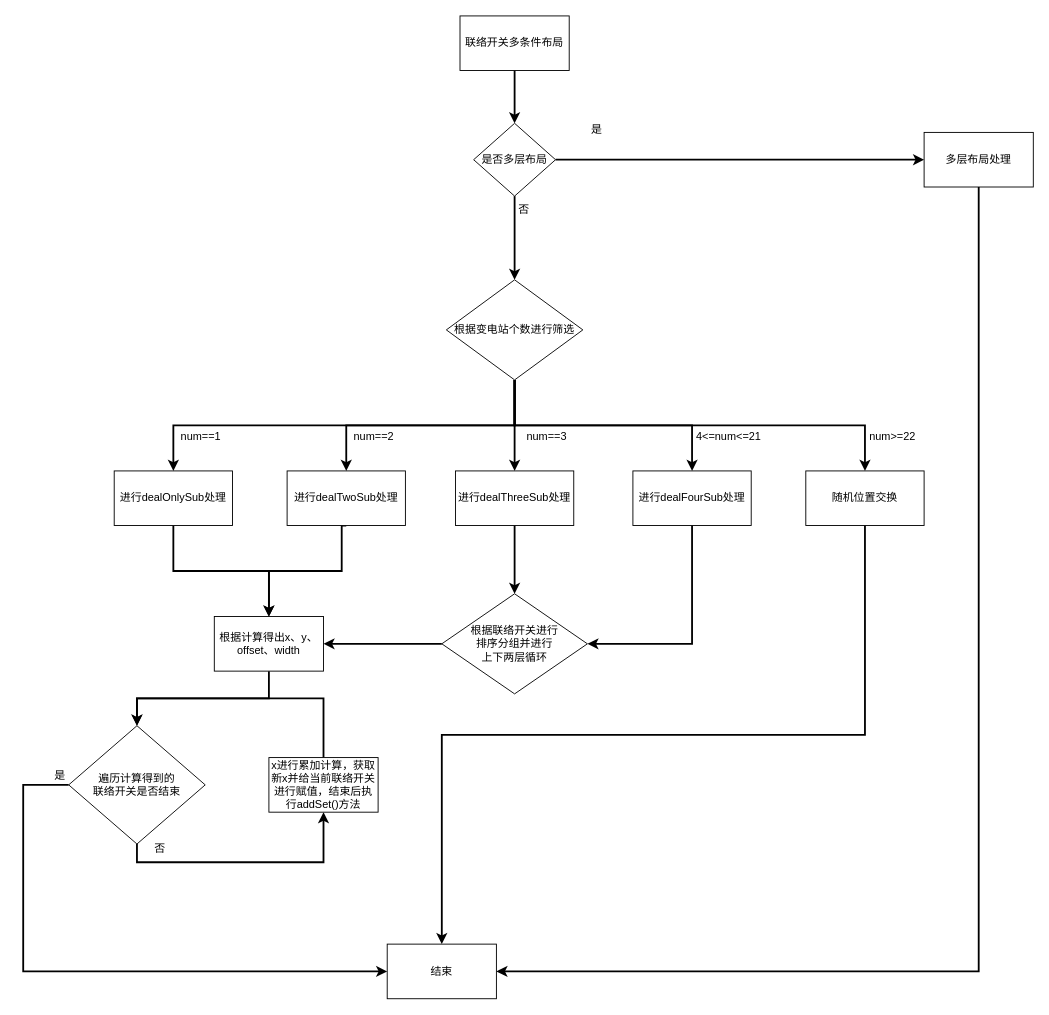
Earlier version of the draw.io diagram 联络开关.drawio (MXakon/Rocket.Chat). Source tidied: cells renumbered, new cells numbered last; positions are measured from the earlier drawing's top-left corner, leaving out a move shared by most shapes. Both pictures are drawn from the tidied source at 91%, with x=0, y=0 at pixel (23, 15).
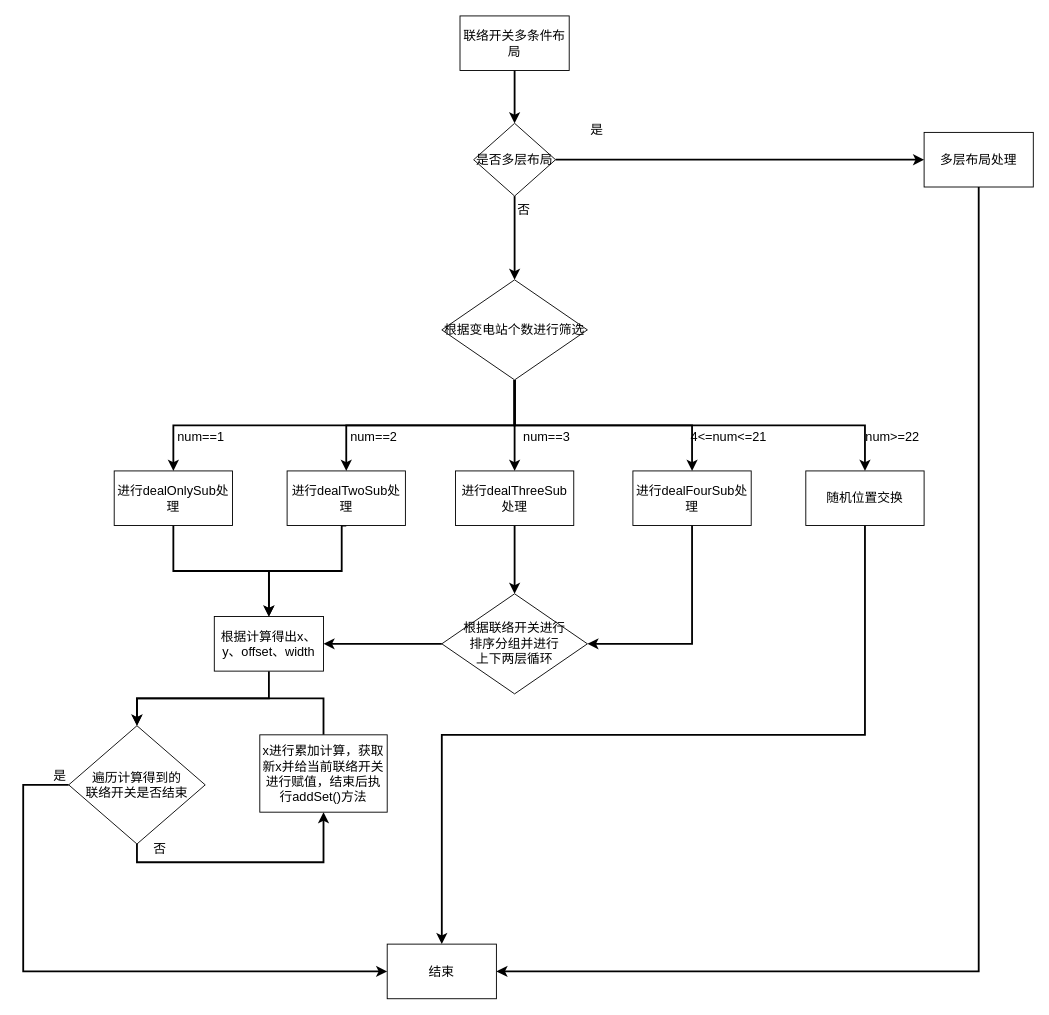
The same page after the edit.

Commit message:
更新联络开关.drawio

Diff of the diagram source:
```diff
@@
-    <mxCell id="2" style="edgeStyle=orthogonalEdgeStyle;rounded=0;jettySize=auto;html=1;exitX=0.5;exitY=1;exitDx=0;exitDy=0;entryX=0.5;entryY=0;entryDx=0;entryDy=0;strokeWidth=2;" parent="1" edge="1" source="3" target="6">
+    <mxCell id="2" style="edgeStyle=orthogonalEdgeStyle;rounded=0;jettySize=auto;html=1;exitX=0.5;exitY=1;exitDx=0;exitDy=0;entryX=0.5;entryY=0;entryDx=0;entryDy=0;strokeWidth=2;fontSize=14;" parent="1" edge="1" source="3" target="6">
       <mxGeometry relative="1" as="geometry">
         <Array as="points">
           <mxPoint x="540" y="80" />
           <mxPoint x="540" y="80" />
         </Array>
       </mxGeometry>
     </mxCell>
-    <mxCell id="3" value="联络开关多条件布局" style="rounded=0;whiteSpace=wrap;html=1;" parent="1" vertex="1">
+    <mxCell id="3" value="联络开关多条件布局" style="rounded=0;whiteSpace=wrap;html=1;fontSize=14;" parent="1" vertex="1">
       <mxGeometry x="480" width="120" height="60" as="geometry" />
     </mxCell>
-    <mxCell id="4" style="edgeStyle=orthogonalEdgeStyle;rounded=0;jettySize=auto;html=1;strokeWidth=2;" parent="1" edge="1" source="6">
+    <mxCell id="4" style="edgeStyle=orthogonalEdgeStyle;rounded=0;jettySize=auto;html=1;strokeWidth=2;fontSize=14;" parent="1" edge="1" source="6">
       <mxGeometry relative="1" as="geometry">
         <mxPoint x="540" y="290" as="targetPoint" />
       </mxGeometry>
     </mxCell>
-    <mxCell id="5" style="edgeStyle=orthogonalEdgeStyle;rounded=0;jettySize=auto;html=1;exitX=1;exitY=0.5;exitDx=0;exitDy=0;entryX=0;entryY=0.5;entryDx=0;entryDy=0;strokeWidth=2;" parent="1" edge="1" source="6" target="10">
+    <mxCell id="5" style="edgeStyle=orthogonalEdgeStyle;rounded=0;jettySize=auto;html=1;exitX=1;exitY=0.5;exitDx=0;exitDy=0;entryX=0;entryY=0.5;entryDx=0;entryDy=0;strokeWidth=2;fontSize=14;" parent="1" edge="1" source="6" target="10">
       <mxGeometry relative="1" as="geometry" />
     </mxCell>
-    <mxCell id="6" value="是否多层布局" style="rhombus;whiteSpace=wrap;html=1;rounded=0;" parent="1" vertex="1">
+    <mxCell id="6" value="是否多层布局" style="rhombus;whiteSpace=wrap;html=1;rounded=0;fontSize=14;" parent="1" vertex="1">
       <mxGeometry x="495" y="118" width="90" height="80" as="geometry" />
     </mxCell>
-    <mxCell id="7" style="edgeStyle=orthogonalEdgeStyle;rounded=0;jettySize=auto;html=1;exitX=0.5;exitY=1;exitDx=0;exitDy=0;entryX=0.5;entryY=0;entryDx=0;entryDy=0;strokeWidth=2;" parent="1" edge="1" source="8" target="33">
+    <mxCell id="7" style="edgeStyle=orthogonalEdgeStyle;rounded=0;jettySize=auto;html=1;exitX=0.5;exitY=1;exitDx=0;exitDy=0;entryX=0.5;entryY=0;entryDx=0;entryDy=0;strokeWidth=2;fontSize=14;" parent="1" edge="1" source="8" target="33">
       <mxGeometry relative="1" as="geometry">
         <Array as="points">
           <mxPoint x="350" y="610" />
           <mxPoint x="270" y="610" />
         </Array>
       </mxGeometry>
     </mxCell>
-    <mxCell id="8" value="进行dealTwoSub处理" style="whiteSpace=wrap;html=1;rounded=0;" parent="1" vertex="1">
+    <mxCell id="8" value="进行dealTwoSub处理" style="whiteSpace=wrap;html=1;rounded=0;fontSize=14;" parent="1" vertex="1">
       <mxGeometry x="290" y="500" width="130" height="60" as="geometry" />
     </mxCell>
-    <mxCell id="9" style="edgeStyle=orthogonalEdgeStyle;rounded=0;jettySize=auto;html=1;exitX=0.5;exitY=1;exitDx=0;exitDy=0;entryX=1;entryY=0.5;entryDx=0;entryDy=0;strokeWidth=2;" parent="1" edge="1" source="10" target="37">
+    <mxCell id="9" style="edgeStyle=orthogonalEdgeStyle;rounded=0;jettySize=auto;html=1;exitX=0.5;exitY=1;exitDx=0;exitDy=0;entryX=1;entryY=0.5;entryDx=0;entryDy=0;strokeWidth=2;fontSize=14;" parent="1" edge="1" source="10" target="37">
       <mxGeometry relative="1" as="geometry" />
     </mxCell>
-    <mxCell id="10" value="多层布局处理" style="whiteSpace=wrap;html=1;rounded=0;" parent="1" vertex="1">
+    <mxCell id="10" value="多层布局处理" style="whiteSpace=wrap;html=1;rounded=0;fontSize=14;" parent="1" vertex="1">
       <mxGeometry x="990" y="128" width="120" height="60" as="geometry" />
     </mxCell>
-    <mxCell id="11" style="edgeStyle=orthogonalEdgeStyle;rounded=0;jettySize=auto;html=1;strokeWidth=2;" parent="1" edge="1" source="12" target="33">
+    <mxCell id="11" style="edgeStyle=orthogonalEdgeStyle;rounded=0;jettySize=auto;html=1;strokeWidth=2;fontSize=14;" parent="1" edge="1" source="12" target="33">
       <mxGeometry relative="1" as="geometry" />
     </mxCell>
-    <mxCell id="12" value="进行dealOnlySub处理" style="whiteSpace=wrap;html=1;rounded=0;" parent="1" vertex="1">
+    <mxCell id="12" value="进行dealOnlySub处理" style="whiteSpace=wrap;html=1;rounded=0;fontSize=14;" parent="1" vertex="1">
       <mxGeometry x="100" y="500" width="130" height="60" as="geometry" />
     </mxCell>
-    <mxCell id="13" value="是" style="text;html=1;align=center;verticalAlign=middle;strokeColor=none;fillColor=none;" parent="1" vertex="1">
+    <mxCell id="13" value="是" style="text;html=1;align=center;verticalAlign=middle;strokeColor=none;fillColor=none;fontSize=14;" parent="1" vertex="1">
       <mxGeometry x="610" y="110" width="40" height="30" as="geometry" />
     </mxCell>
-    <mxCell id="14" value="否" style="text;html=1;align=center;verticalAlign=middle;strokeColor=none;fillColor=none;" parent="1" vertex="1">
+    <mxCell id="14" value="否" style="text;html=1;align=center;verticalAlign=middle;strokeColor=none;fillColor=none;fontSize=14;" parent="1" vertex="1">
       <mxGeometry x="530" y="198" width="40" height="30" as="geometry" />
     </mxCell>
-    <mxCell id="15" style="edgeStyle=orthogonalEdgeStyle;rounded=0;jettySize=auto;html=1;exitX=0.5;exitY=1;exitDx=0;exitDy=0;entryX=0.5;entryY=0;entryDx=0;entryDy=0;strokeWidth=2;" parent="1" edge="1" source="20" target="12">
+    <mxCell id="15" style="edgeStyle=orthogonalEdgeStyle;rounded=0;jettySize=auto;html=1;exitX=0.5;exitY=1;exitDx=0;exitDy=0;entryX=0.5;entryY=0;entryDx=0;entryDy=0;strokeWidth=2;fontSize=14;" parent="1" edge="1" source="20" target="12">
       <mxGeometry relative="1" as="geometry" />
     </mxCell>
-    <mxCell id="16" style="edgeStyle=orthogonalEdgeStyle;rounded=0;jettySize=auto;html=1;exitX=0.5;exitY=1;exitDx=0;exitDy=0;strokeWidth=2;" parent="1" edge="1" source="20" target="8">
+    <mxCell id="16" style="edgeStyle=orthogonalEdgeStyle;rounded=0;jettySize=auto;html=1;exitX=0.5;exitY=1;exitDx=0;exitDy=0;strokeWidth=2;fontSize=14;" parent="1" edge="1" source="20" target="8">
       <mxGeometry relative="1" as="geometry" />
     </mxCell>
-    <mxCell id="17" style="edgeStyle=orthogonalEdgeStyle;rounded=0;jettySize=auto;html=1;exitX=0.5;exitY=1;exitDx=0;exitDy=0;entryX=0.5;entryY=0;entryDx=0;entryDy=0;strokeWidth=2;" parent="1" edge="1" source="20" target="22">
+    <mxCell id="17" style="edgeStyle=orthogonalEdgeStyle;rounded=0;jettySize=auto;html=1;exitX=0.5;exitY=1;exitDx=0;exitDy=0;entryX=0.5;entryY=0;entryDx=0;entryDy=0;strokeWidth=2;fontSize=14;" parent="1" edge="1" source="20" target="22">
       <mxGeometry relative="1" as="geometry" />
     </mxCell>
-    <mxCell id="18" style="edgeStyle=orthogonalEdgeStyle;rounded=0;jettySize=auto;html=1;exitX=0.5;exitY=1;exitDx=0;exitDy=0;strokeWidth=2;" parent="1" edge="1" source="20" target="24">
+    <mxCell id="18" style="edgeStyle=orthogonalEdgeStyle;rounded=0;jettySize=auto;html=1;exitX=0.5;exitY=1;exitDx=0;exitDy=0;strokeWidth=2;fontSize=14;" parent="1" edge="1" source="20" target="24">
       <mxGeometry relative="1" as="geometry" />
     </mxCell>
-    <mxCell id="19" style="edgeStyle=orthogonalEdgeStyle;rounded=0;jettySize=auto;html=1;exitX=0.5;exitY=1;exitDx=0;exitDy=0;entryX=0.5;entryY=0;entryDx=0;entryDy=0;strokeWidth=2;" parent="1" edge="1" source="20" target="26">
+    <mxCell id="19" style="edgeStyle=orthogonalEdgeStyle;rounded=0;jettySize=auto;html=1;exitX=0.5;exitY=1;exitDx=0;exitDy=0;entryX=0.5;entryY=0;entryDx=0;entryDy=0;strokeWidth=2;fontSize=14;" parent="1" edge="1" source="20" target="26">
       <mxGeometry relative="1" as="geometry" />
     </mxCell>
-    <mxCell id="20" value="根据变电站个数进行筛选" style="rhombus;whiteSpace=wrap;html=1;rounded=0;" parent="1" vertex="1">
-      <mxGeometry x="465" y="290" width="150" height="110" as="geometry" />
+    <mxCell id="20" value="根据变电站个数进行筛选" style="rhombus;whiteSpace=wrap;html=1;rounded=0;fontSize=14;" parent="1" vertex="1">
+      <mxGeometry x="460" y="290" width="160" height="110" as="geometry" />
     </mxCell>
-    <mxCell id="21" style="edgeStyle=orthogonalEdgeStyle;rounded=0;jettySize=auto;html=1;strokeWidth=2;" parent="1" edge="1" source="22" target="43">
+    <mxCell id="21" style="edgeStyle=orthogonalEdgeStyle;rounded=0;jettySize=auto;html=1;strokeWidth=2;fontSize=14;" parent="1" edge="1" source="22" target="43">
       <mxGeometry relative="1" as="geometry" />
     </mxCell>
-    <mxCell id="22" value="进行dealThreeSub处理" style="whiteSpace=wrap;html=1;rounded=0;" parent="1" vertex="1">
+    <mxCell id="22" value="进行dealThreeSub处理" style="whiteSpace=wrap;html=1;rounded=0;fontSize=14;" parent="1" vertex="1">
       <mxGeometry x="475" y="500" width="130" height="60" as="geometry" />
     </mxCell>
-    <mxCell id="23" style="edgeStyle=orthogonalEdgeStyle;rounded=0;jettySize=auto;html=1;exitX=0.5;exitY=1;exitDx=0;exitDy=0;entryX=1;entryY=0.5;entryDx=0;entryDy=0;strokeWidth=2;" parent="1" edge="1" source="24" target="43">
+    <mxCell id="23" style="edgeStyle=orthogonalEdgeStyle;rounded=0;jettySize=auto;html=1;exitX=0.5;exitY=1;exitDx=0;exitDy=0;entryX=1;entryY=0.5;entryDx=0;entryDy=0;strokeWidth=2;fontSize=14;" parent="1" edge="1" source="24" target="43">
       <mxGeometry relative="1" as="geometry" />
     </mxCell>
-    <mxCell id="24" value="进行dealFourSub处理" style="whiteSpace=wrap;html=1;rounded=0;" parent="1" vertex="1">
+    <mxCell id="24" value="进行dealFourSub处理" style="whiteSpace=wrap;html=1;rounded=0;fontSize=14;" parent="1" vertex="1">
       <mxGeometry x="670" y="500" width="130" height="60" as="geometry" />
     </mxCell>
-    <mxCell id="25" style="edgeStyle=orthogonalEdgeStyle;rounded=0;jettySize=auto;html=1;exitX=0.5;exitY=1;exitDx=0;exitDy=0;entryX=0.5;entryY=0;entryDx=0;entryDy=0;strokeWidth=2;" parent="1" edge="1" source="26" target="37">
+    <mxCell id="25" style="edgeStyle=orthogonalEdgeStyle;rounded=0;jettySize=auto;html=1;exitX=0.5;exitY=1;exitDx=0;exitDy=0;entryX=0.5;entryY=0;entryDx=0;entryDy=0;strokeWidth=2;fontSize=14;" parent="1" edge="1" source="26" target="37">
       <mxGeometry relative="1" as="geometry" />
     </mxCell>
-    <mxCell id="26" value="随机位置交换" style="whiteSpace=wrap;html=1;rounded=0;" parent="1" vertex="1">
+    <mxCell id="26" value="随机位置交换" style="whiteSpace=wrap;html=1;rounded=0;fontSize=14;" parent="1" vertex="1">
       <mxGeometry x="860" y="500" width="130" height="60" as="geometry" />
     </mxCell>
-    <mxCell id="27" value="num==1" style="text;html=1;align=center;verticalAlign=middle;strokeColor=none;fillColor=none;" parent="1" vertex="1">
+    <mxCell id="27" value="num==1" style="text;html=1;align=center;verticalAlign=middle;strokeColor=none;fillColor=none;fontSize=14;" parent="1" vertex="1">
       <mxGeometry x="160" y="448" width="70" height="30" as="geometry" />
     </mxCell>
-    <mxCell id="28" value="num==2" style="text;html=1;align=center;verticalAlign=middle;strokeColor=none;fillColor=none;" parent="1" vertex="1">
+    <mxCell id="28" value="num==2" style="text;html=1;align=center;verticalAlign=middle;strokeColor=none;fillColor=none;fontSize=14;" parent="1" vertex="1">
       <mxGeometry x="350" y="448" width="70" height="30" as="geometry" />
     </mxCell>
-    <mxCell id="29" value="num==3" style="text;html=1;align=center;verticalAlign=middle;strokeColor=none;fillColor=none;" parent="1" vertex="1">
+    <mxCell id="29" value="num==3" style="text;html=1;align=center;verticalAlign=middle;strokeColor=none;fillColor=none;fontSize=14;" parent="1" vertex="1">
       <mxGeometry x="540" y="448" width="70" height="30" as="geometry" />
     </mxCell>
-    <mxCell id="30" value="4&amp;lt;=num&amp;lt;=21" style="text;html=1;align=center;verticalAlign=middle;strokeColor=none;fillColor=none;" parent="1" vertex="1">
-      <mxGeometry x="730" y="448" width="90" height="30" as="geometry" />
+    <mxCell id="30" value="4&amp;lt;=num&amp;lt;=21" style="text;html=1;align=center;verticalAlign=middle;strokeColor=none;fillColor=none;fontSize=14;" parent="1" vertex="1">
+      <mxGeometry x="720" y="448" width="110" height="30" as="geometry" />
     </mxCell>
-    <mxCell id="31" value="num&amp;gt;=22" style="text;html=1;align=center;verticalAlign=middle;strokeColor=none;fillColor=none;" parent="1" vertex="1">
-      <mxGeometry x="920" y="448" width="70" height="30" as="geometry" />
+    <mxCell id="31" value="num&amp;gt;=22" style="text;html=1;align=center;verticalAlign=middle;strokeColor=none;fillColor=none;fontSize=14;" parent="1" vertex="1">
+      <mxGeometry x="915" y="448" width="80" height="30" as="geometry" />
     </mxCell>
-    <mxCell id="32" style="edgeStyle=orthogonalEdgeStyle;rounded=0;jettySize=auto;html=1;exitX=0.5;exitY=1;exitDx=0;exitDy=0;strokeWidth=2;" parent="1" edge="1" source="33" target="36">
+    <mxCell id="32" style="edgeStyle=orthogonalEdgeStyle;rounded=0;jettySize=auto;html=1;exitX=0.5;exitY=1;exitDx=0;exitDy=0;strokeWidth=2;fontSize=14;" parent="1" edge="1" source="33" target="36">
       <mxGeometry relative="1" as="geometry" />
     </mxCell>
-    <mxCell id="33" value="根据计算得出x、y、offset、width" style="whiteSpace=wrap;html=1;rounded=0;" parent="1" vertex="1">
+    <mxCell id="33" value="根据计算得出x、y、offset、width" style="whiteSpace=wrap;html=1;rounded=0;fontSize=14;" parent="1" vertex="1">
       <mxGeometry x="210" y="660" width="120" height="60" as="geometry" />
     </mxCell>
-    <mxCell id="34" style="edgeStyle=orthogonalEdgeStyle;rounded=0;jettySize=auto;html=1;exitX=0;exitY=0.5;exitDx=0;exitDy=0;entryX=0;entryY=0.5;entryDx=0;entryDy=0;strokeWidth=2;" parent="1" edge="1" source="36" target="37">
+    <mxCell id="34" style="edgeStyle=orthogonalEdgeStyle;rounded=0;jettySize=auto;html=1;exitX=0;exitY=0.5;exitDx=0;exitDy=0;entryX=0;entryY=0.5;entryDx=0;entryDy=0;strokeWidth=2;fontSize=14;" parent="1" edge="1" source="36" target="37">
       <mxGeometry relative="1" as="geometry">
         <Array as="points">
           <mxPoint y="845" />
           <mxPoint y="1050" />
         </Array>
       </mxGeometry>
     </mxCell>
-    <mxCell id="35" style="edgeStyle=orthogonalEdgeStyle;rounded=0;jettySize=auto;html=1;exitX=0.5;exitY=1;exitDx=0;exitDy=0;entryX=0.5;entryY=1;entryDx=0;entryDy=0;strokeWidth=2;" parent="1" edge="1" source="36" target="40">
+    <mxCell id="35" style="edgeStyle=orthogonalEdgeStyle;rounded=0;jettySize=auto;html=1;exitX=0.5;exitY=1;exitDx=0;exitDy=0;entryX=0.5;entryY=1;entryDx=0;entryDy=0;strokeWidth=2;fontSize=14;" parent="1" edge="1" source="36" target="40">
       <mxGeometry relative="1" as="geometry" />
     </mxCell>
-    <mxCell id="36" value="遍历计算得到的&lt;br&gt;联络开关是否结束" style="rhombus;whiteSpace=wrap;html=1;rounded=0;" parent="1" vertex="1">
+    <mxCell id="36" value="遍历计算得到的&lt;br style=&quot;font-size: 14px;&quot;&gt;联络开关是否结束" style="rhombus;whiteSpace=wrap;html=1;rounded=0;fontSize=14;" parent="1" vertex="1">
       <mxGeometry x="50" y="780" width="150" height="130" as="geometry" />
     </mxCell>
-    <mxCell id="37" value="结束" style="whiteSpace=wrap;html=1;rounded=0;" parent="1" vertex="1">
+    <mxCell id="37" value="结束" style="whiteSpace=wrap;html=1;rounded=0;fontSize=14;" parent="1" vertex="1">
       <mxGeometry x="400" y="1020" width="120" height="60" as="geometry" />
     </mxCell>
-    <mxCell id="38" value="是" style="text;html=1;align=center;verticalAlign=middle;strokeColor=none;fillColor=none;" parent="1" vertex="1">
+    <mxCell id="38" value="是" style="text;html=1;align=center;verticalAlign=middle;strokeColor=none;fillColor=none;fontSize=14;" parent="1" vertex="1">
       <mxGeometry x="20" y="820" width="40" height="30" as="geometry" />
     </mxCell>
-    <mxCell id="39" style="edgeStyle=orthogonalEdgeStyle;rounded=0;jettySize=auto;html=1;exitX=0.5;exitY=0;exitDx=0;exitDy=0;entryX=0.5;entryY=0;entryDx=0;entryDy=0;strokeWidth=2;" parent="1" edge="1" source="40" target="36">
+    <mxCell id="39" style="edgeStyle=orthogonalEdgeStyle;rounded=0;jettySize=auto;html=1;exitX=0.5;exitY=0;exitDx=0;exitDy=0;entryX=0.5;entryY=0;entryDx=0;entryDy=0;strokeWidth=2;fontSize=14;" parent="1" edge="1" source="40" target="36">
       <mxGeometry relative="1" as="geometry">
         <Array as="points">
           <mxPoint x="330" y="750" />
           <mxPoint x="125" y="750" />
         </Array>
       </mxGeometry>
     </mxCell>
-    <mxCell id="40" value="x进行累加计算，获取新x并给当前联络开关进行赋值，结束后执行addSet()方法" style="rounded=0;whiteSpace=wrap;html=1;" parent="1" vertex="1">
-      <mxGeometry x="270" y="815" width="120" height="60" as="geometry" />
+    <mxCell id="40" value="x进行累加计算，获取新x并给当前联络开关进行赋值，结束后执行addSet()方法" style="rounded=0;whiteSpace=wrap;html=1;fontSize=14;" parent="1" vertex="1">
+      <mxGeometry x="260" y="790" width="140" height="85" as="geometry" />
     </mxCell>
-    <mxCell id="41" value="否" style="text;html=1;align=center;verticalAlign=middle;strokeColor=none;fillColor=none;" parent="1" vertex="1">
+    <mxCell id="41" value="否" style="text;html=1;align=center;verticalAlign=middle;strokeColor=none;fillColor=none;fontSize=14;" parent="1" vertex="1">
       <mxGeometry x="130" y="900" width="40" height="30" as="geometry" />
     </mxCell>
-    <mxCell id="42" style="edgeStyle=orthogonalEdgeStyle;rounded=0;jettySize=auto;html=1;strokeWidth=2;" parent="1" edge="1" source="43" target="33">
+    <mxCell id="42" style="edgeStyle=orthogonalEdgeStyle;rounded=0;jettySize=auto;html=1;strokeWidth=2;fontSize=14;" parent="1" edge="1" source="43" target="33">
       <mxGeometry relative="1" as="geometry" />
     </mxCell>
-    <mxCell id="43" value="根据联络开关进行&lt;br&gt;排序分组并进行&lt;br&gt;上下两层循环" style="rhombus;whiteSpace=wrap;html=1;rounded=0;" parent="1" vertex="1">
+    <mxCell id="43" value="根据联络开关进行&lt;br style=&quot;font-size: 14px;&quot;&gt;排序分组并进行&lt;br style=&quot;font-size: 14px;&quot;&gt;上下两层循环" style="rhombus;whiteSpace=wrap;html=1;rounded=0;fontSize=14;" parent="1" vertex="1">
       <mxGeometry x="460" y="635" width="160" height="110" as="geometry" />
     </mxCell>
```
